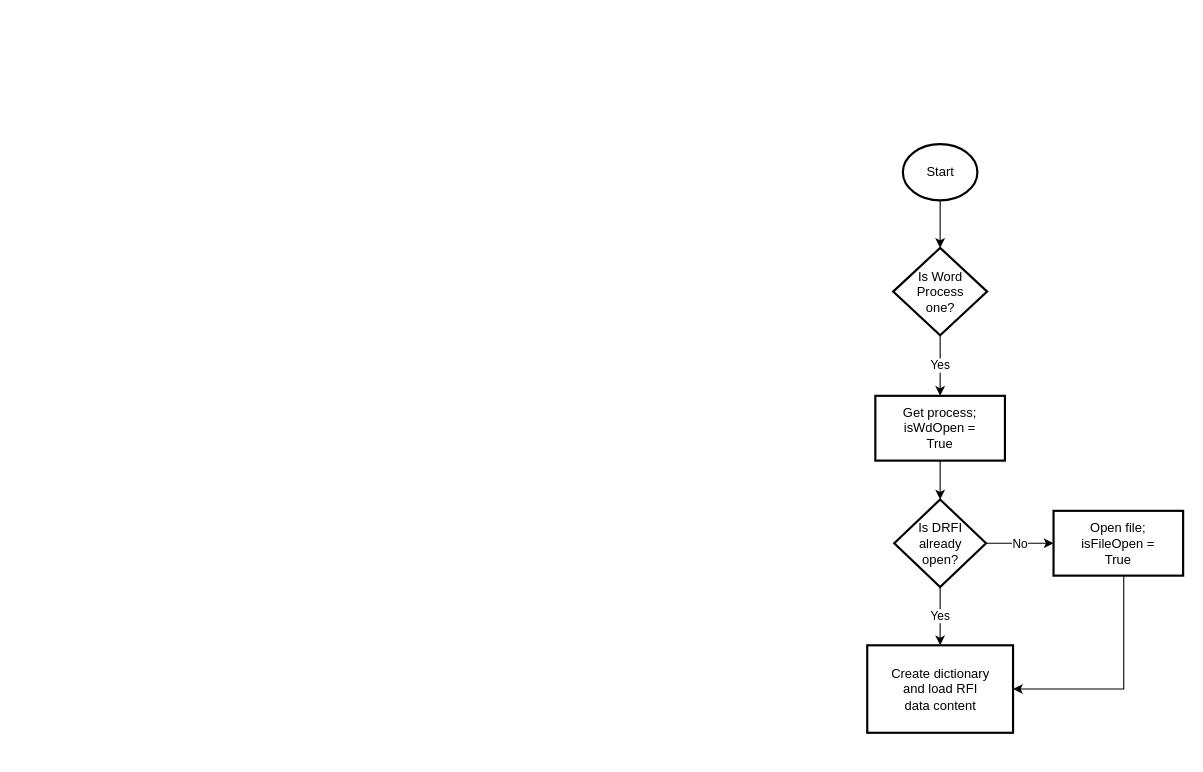
This is page "Page-4" (4 of 4) of WordLink.drawio from benstanfish/Diagrams, a draw.io file, before an edit. Source tidied: cells renumbered, new cells numbered last; positions are measured from the earlier drawing's top-left corner, leaving out a move shared by most shapes. Both pictures are drawn from the tidied source at 108%, with x=0, y=0 at pixel (867, 144).
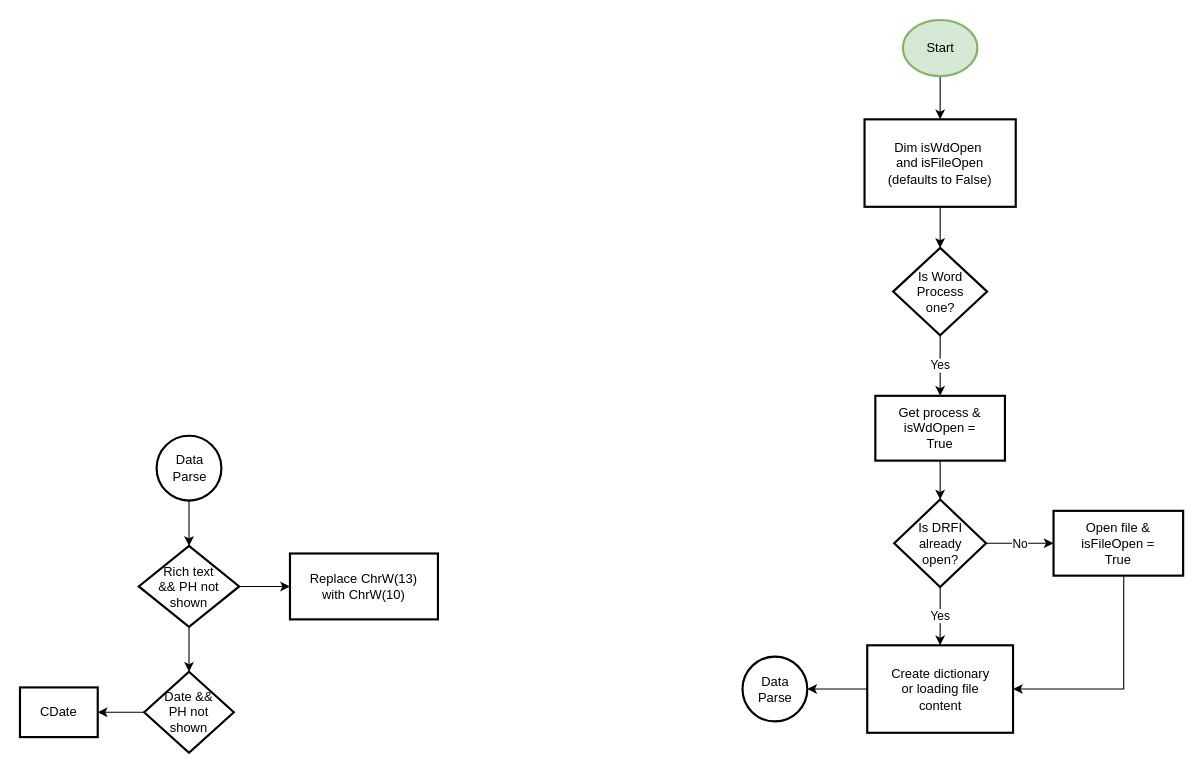
After the change.

The change refers to these unchanged cells:
```xml
<mxCell id="5" value="Is Word&lt;div&gt;Process&lt;/div&gt;&lt;div&gt;one?&lt;/div&gt;" style="rhombus;whiteSpace=wrap;html=1;strokeWidth=2;spacing=15;" parent="1" vertex="1">
  <mxGeometry x="23.5" y="96" width="87" height="81" as="geometry" />
</mxCell>
```

Diff of the diagram source:
```diff
@@
-    <mxCell id="2" style="edgeStyle=orthogonalEdgeStyle;rounded=0;jettySize=auto;html=1;" parent="1" edge="1" source="3" target="5">
-      <mxGeometry relative="1" as="geometry" />
-    </mxCell>
+    <mxCell id="14" style="edgeStyle=orthogonalEdgeStyle;rounded=0;jettySize=auto;html=1;" parent="1" edge="1" source="3" target="17">
+      <mxGeometry relative="1" as="geometry" />
+    </mxCell>
-    <mxCell id="3" value="Start" style="strokeWidth=2;html=1;shape=mxgraph.flowchart.start_1;whiteSpace=wrap;spacing=15;" parent="1" vertex="1">
-      <mxGeometry x="32.5" width="69" height="52" as="geometry" />
+    <mxCell id="3" value="Start" style="strokeWidth=2;html=1;shape=mxgraph.flowchart.start_1;whiteSpace=wrap;spacing=15;fillColor=#d5e8d4;strokeColor=#82b366;" parent="1" vertex="1">
+      <mxGeometry x="32.5" y="-115" width="69" height="52" as="geometry" />
     </mxCell>
@@
-    <mxCell id="7" value="Get process; isWdOpen = True" style="whiteSpace=wrap;html=1;strokeWidth=2;spacing=15;" parent="1" vertex="1">
+    <mxCell id="7" value="Get process &amp;amp; isWdOpen = True" style="whiteSpace=wrap;html=1;strokeWidth=2;spacing=15;" parent="1" vertex="1">
       <mxGeometry x="7" y="233" width="120" height="60" as="geometry" />
     </mxCell>
@@
+    <mxCell id="15" style="edgeStyle=orthogonalEdgeStyle;rounded=0;jettySize=auto;html=1;" parent="1" edge="1" source="11" target="18">
+      <mxGeometry relative="1" as="geometry" />
+    </mxCell>
-    <mxCell id="11" value="Create dictionary&lt;div&gt;and load RFI&lt;/div&gt;&lt;div&gt;data content&lt;/div&gt;" style="whiteSpace=wrap;html=1;strokeWidth=2;spacing=15;" parent="1" vertex="1">
+    <mxCell id="11" value="Create dictionary&lt;div&gt;or loading file content&lt;/div&gt;" style="whiteSpace=wrap;html=1;strokeWidth=2;spacing=15;" parent="1" vertex="1">
       <mxGeometry x="-0.5" y="464" width="135" height="81" as="geometry" />
     </mxCell>
@@
-    <mxCell id="13" value="Open file;&lt;div&gt;isFileOpen = True&lt;/div&gt;" style="whiteSpace=wrap;html=1;strokeWidth=2;spacing=15;" parent="1" vertex="1">
+    <mxCell id="13" value="Open file &amp;amp;&lt;div&gt;isFileOpen = True&lt;/div&gt;" style="whiteSpace=wrap;html=1;strokeWidth=2;spacing=15;" parent="1" vertex="1">
       <mxGeometry x="172" y="339.5" width="120" height="60" as="geometry" />
     </mxCell>
+    <mxCell id="16" style="edgeStyle=orthogonalEdgeStyle;rounded=0;jettySize=auto;html=1;entryX=0.5;entryY=0;entryDx=0;entryDy=0;" parent="1" edge="1" source="17" target="5">
+      <mxGeometry relative="1" as="geometry" />
+    </mxCell>
+    <mxCell id="17" value="Dim isWdOpen&amp;nbsp;&lt;div&gt;and isFileOpen&lt;/div&gt;&lt;div&gt;&lt;span style=&quot;background-color: initial;&quot;&gt;(defaults to False)&lt;/span&gt;&lt;/div&gt;" style="whiteSpace=wrap;html=1;strokeWidth=2;spacing=15;" parent="1" vertex="1">
+      <mxGeometry x="-3" y="-23" width="140" height="81" as="geometry" />
+    </mxCell>
+    <mxCell id="18" value="Data&lt;div&gt;Parse&lt;/div&gt;" style="verticalLabelPosition=middle;verticalAlign=middle;html=1;shape=mxgraph.flowchart.on-page_reference;strokeWidth=2;labelPosition=center;align=center;" parent="1" vertex="1">
+      <mxGeometry x="-116" y="474.5" width="60" height="60" as="geometry" />
+    </mxCell>
+    <mxCell id="19" style="edgeStyle=orthogonalEdgeStyle;rounded=0;jettySize=auto;html=1;fontFamily=Helvetica;fontSize=12;fontColor=default;" parent="1" edge="1" source="20" target="23">
+      <mxGeometry relative="1" as="geometry" />
+    </mxCell>
+    <mxCell id="20" value="Data&lt;div&gt;Parse&lt;/div&gt;" style="verticalLabelPosition=middle;verticalAlign=middle;html=1;shape=mxgraph.flowchart.on-page_reference;strokeWidth=2;labelPosition=center;align=center;" parent="1" vertex="1">
+      <mxGeometry x="-658.5" y="270" width="60" height="60" as="geometry" />
+    </mxCell>
+    <mxCell id="21" style="edgeStyle=orthogonalEdgeStyle;rounded=0;jettySize=auto;html=1;entryX=0.5;entryY=0;entryDx=0;entryDy=0;fontFamily=Helvetica;fontSize=12;fontColor=default;" parent="1" edge="1" source="23" target="25">
+      <mxGeometry relative="1" as="geometry" />
+    </mxCell>
+    <mxCell id="22" style="edgeStyle=orthogonalEdgeStyle;rounded=0;jettySize=auto;html=1;fontFamily=Helvetica;fontSize=12;fontColor=default;" parent="1" edge="1" source="23" target="26">
+      <mxGeometry relative="1" as="geometry" />
+    </mxCell>
+    <mxCell id="23" value="Rich text&lt;div&gt;&amp;amp;&amp;amp; PH not&lt;/div&gt;&lt;div&gt;&lt;span style=&quot;background-color: initial;&quot;&gt;shown&lt;/span&gt;&lt;/div&gt;" style="rhombus;whiteSpace=wrap;html=1;strokeWidth=2;spacing=12;" parent="1" vertex="1">
+      <mxGeometry x="-675" y="372" width="93" height="75" as="geometry" />
+    </mxCell>
+    <mxCell id="24" style="edgeStyle=orthogonalEdgeStyle;rounded=0;jettySize=auto;html=1;fontFamily=Helvetica;fontSize=12;fontColor=default;" parent="1" edge="1" source="25" target="27">
+      <mxGeometry relative="1" as="geometry" />
+    </mxCell>
+    <mxCell id="25" value="Date &amp;amp;&amp;amp;&lt;div&gt;PH not&lt;/div&gt;&lt;div&gt;shown&lt;/div&gt;" style="rhombus;whiteSpace=wrap;html=1;strokeWidth=2;spacing=12;" parent="1" vertex="1">
+      <mxGeometry x="-670" y="488.5" width="83" height="75" as="geometry" />
+    </mxCell>
+    <mxCell id="26" value="Replace ChrW(13)&lt;div&gt;with&amp;nbsp;&lt;span style=&quot;background-color: initial;&quot;&gt;ChrW(10)&lt;/span&gt;&lt;/div&gt;" style="whiteSpace=wrap;html=1;strokeWidth=2;spacing=12;" parent="1" vertex="1">
+      <mxGeometry x="-535" y="379" width="137" height="61" as="geometry" />
+    </mxCell>
+    <mxCell id="27" value="CDate" style="whiteSpace=wrap;html=1;strokeWidth=2;spacing=12;" parent="1" vertex="1">
+      <mxGeometry x="-785" y="503" width="72" height="46" as="geometry" />
+    </mxCell>
```
